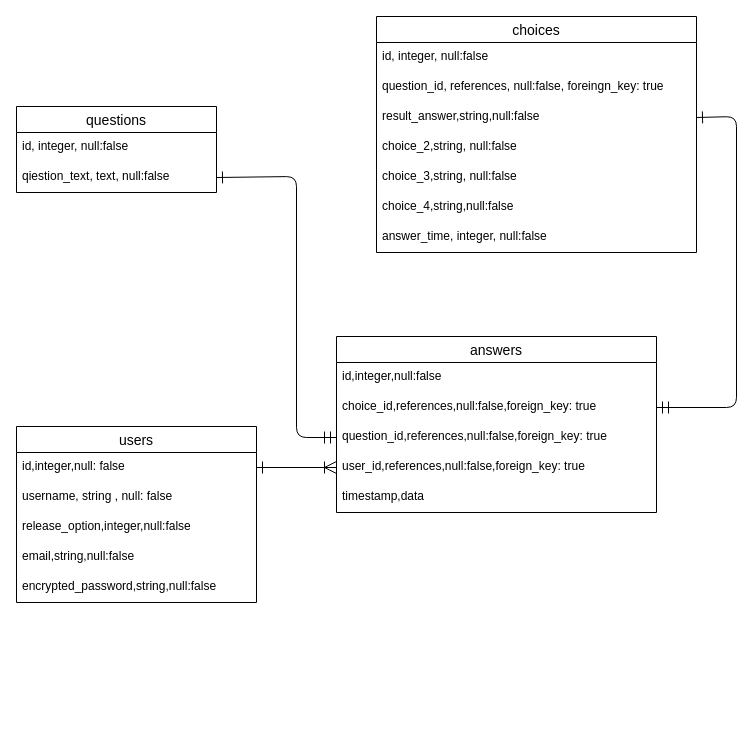
This is origin.dio from makuu-nobu/mentAIdns, a draw.io file, before an edit. Source tidied: cells renumbered, new cells numbered last; positions are measured from the earlier drawing's top-left corner, leaving out a move shared by most shapes. Both pictures are drawn from the tidied source at 100%, with x=0, y=0 at pixel (16, 16).
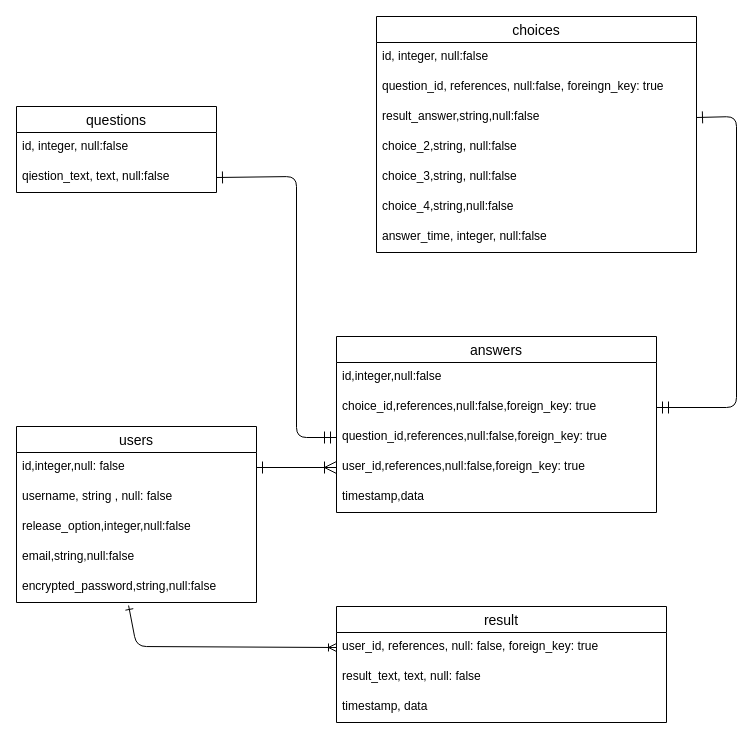
After the change.

Unchanged cells that the change refers to:
```xml
<mxCell id="10" value="encrypted_password,string,null:false" style="text;strokeColor=none;fillColor=none;spacingLeft=4;spacingRight=4;overflow=hidden;points=[[0,0.5],[1,0.5]];portConstraint=eastwest;fontSize=12;" parent="5" vertex="1">
  <mxGeometry y="146" width="240" height="30" as="geometry" />
</mxCell>
```

The edit, as a diff of the source:
```diff
@@
+    <mxCell id="28" style="edgeStyle=none;html=1;entryX=0;entryY=0.5;entryDx=0;entryDy=0;exitX=0.467;exitY=1.1;exitDx=0;exitDy=0;exitPerimeter=0;startArrow=ERone;startFill=0;endArrow=ERoneToMany;endFill=0;" parent="1" edge="1" source="10" target="30">
+      <mxGeometry relative="1" as="geometry">
+        <Array as="points">
+          <mxPoint x="120" y="630" />
+        </Array>
+      </mxGeometry>
+    </mxCell>
@@
+    <mxCell id="29" value="result" style="swimlane;fontStyle=0;horizontal=1;startSize=26;align=center;fontSize=14;" parent="1" vertex="1">
+      <mxGeometry x="320" y="590" width="330" height="116" as="geometry" />
+    </mxCell>
+    <mxCell id="30" value="user_id, references, null: false, foreign_key: true" style="text;strokeColor=none;fillColor=none;spacingLeft=4;spacingRight=4;overflow=hidden;points=[[0,0.5],[1,0.5]];portConstraint=eastwest;fontSize=12;" parent="29" vertex="1">
+      <mxGeometry y="26" width="330" height="30" as="geometry" />
+    </mxCell>
+    <mxCell id="31" value="result_text, text, null: false" style="text;strokeColor=none;fillColor=none;spacingLeft=4;spacingRight=4;overflow=hidden;fontSize=12;" parent="29" vertex="1">
+      <mxGeometry y="56" width="330" height="30" as="geometry" />
+    </mxCell>
+    <mxCell id="32" value="timestamp, data" style="text;strokeColor=none;fillColor=none;spacingLeft=4;spacingRight=4;overflow=hidden;fontSize=12;" parent="29" vertex="1">
+      <mxGeometry y="86" width="330" height="30" as="geometry" />
+    </mxCell>
```
